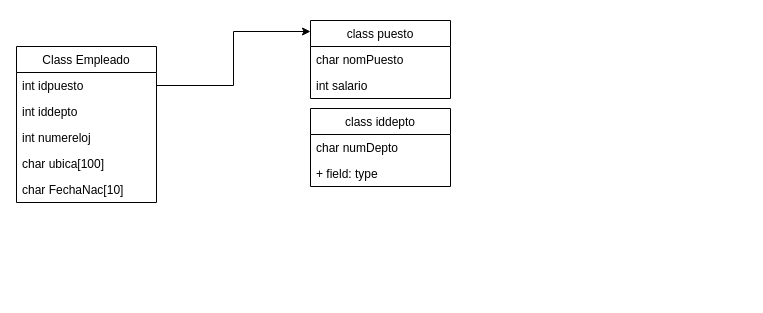
Above: Empleado.drawio in lSoyKevinl/DiagramasProgramacionOrientadaAObjetos (draw.io), before the change. Source tidied: cells renumbered, new cells numbered last; positions are measured from the earlier drawing's top-left corner, leaving out a move shared by most shapes. Both pictures are drawn from the tidied source at 100%, with x=0, y=0 at pixel (16, 20).
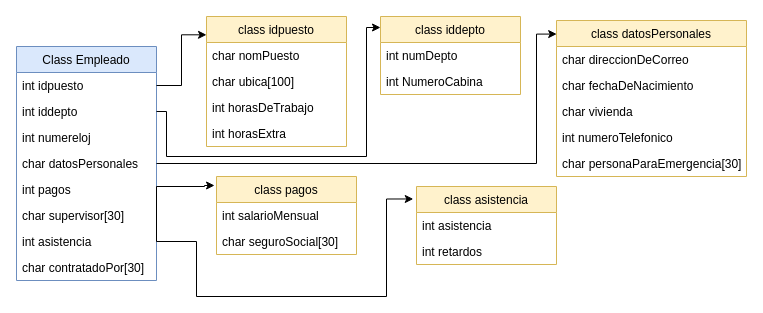
After the change.

The change refers to these unchanged cells:
```xml
<mxCell id="4" value="int iddepto" style="text;strokeColor=none;fillColor=none;align=left;verticalAlign=top;spacingLeft=4;spacingRight=4;overflow=hidden;points=[[0,0.5],[1,0.5]];portConstraint=eastwest;" parent="2" vertex="1">
  <mxGeometry y="52" width="140" height="26" as="geometry" />
</mxCell>
```

Diff of the diagram source:
```diff
@@
-    <mxCell id="2" value="Class Empleado" style="swimlane;fontStyle=0;horizontal=1;startSize=26;fillColor=none;" parent="1" vertex="1">
-      <mxGeometry y="26" width="140" height="156" as="geometry" />
+    <mxCell id="2" value="Class Empleado" style="swimlane;fontStyle=0;horizontal=1;startSize=26;fillColor=#dae8fc;strokeColor=#6c8ebf;" parent="1" vertex="1">
+      <mxGeometry y="26" width="140" height="234" as="geometry" />
     </mxCell>
@@
-    <mxCell id="6" value="char ubica[100]" style="text;strokeColor=none;fillColor=none;align=left;verticalAlign=top;spacingLeft=4;spacingRight=4;overflow=hidden;" parent="2" vertex="1">
-      <mxGeometry y="104" width="140" height="26" as="geometry" />
-    </mxCell>
-    <mxCell id="7" value="char FechaNac[10]" style="text;strokeColor=none;fillColor=none;align=left;verticalAlign=top;spacingLeft=4;spacingRight=4;overflow=hidden;points=[[0,0.5],[1,0.5]];portConstraint=eastwest;" parent="2" vertex="1">
-      <mxGeometry y="130" width="140" height="26" as="geometry" />
+    <mxCell id="7" value="char datosPersonales" style="text;strokeColor=none;fillColor=none;align=left;verticalAlign=top;spacingLeft=4;spacingRight=4;overflow=hidden;points=[[0,0.5],[1,0.5]];portConstraint=eastwest;" parent="2" vertex="1">
+      <mxGeometry y="104" width="140" height="26" as="geometry" />
     </mxCell>
+    <mxCell id="15" value="int pagos" style="text;strokeColor=none;fillColor=none;align=left;verticalAlign=top;spacingLeft=4;spacingRight=4;overflow=hidden;" parent="2" vertex="1">
+      <mxGeometry y="130" width="140" height="26" as="geometry" />
+    </mxCell>
+    <mxCell id="16" value="char supervisor[30]" style="text;strokeColor=none;fillColor=none;align=left;verticalAlign=top;spacingLeft=4;spacingRight=4;overflow=hidden;" parent="2" vertex="1">
+      <mxGeometry y="156" width="140" height="26" as="geometry" />
+    </mxCell>
+    <mxCell id="17" value="int asistencia" style="text;strokeColor=none;fillColor=none;align=left;verticalAlign=top;spacingLeft=4;spacingRight=4;overflow=hidden;points=[[0,0.5],[1,0.5]];portConstraint=eastwest;" parent="2" vertex="1">
+      <mxGeometry y="182" width="140" height="26" as="geometry" />
+    </mxCell>
+    <mxCell id="18" value="char contratadoPor[30]" style="text;strokeColor=none;fillColor=none;align=left;verticalAlign=top;spacingLeft=4;spacingRight=4;overflow=hidden;" parent="2" vertex="1">
+      <mxGeometry y="208" width="140" height="26" as="geometry" />
+    </mxCell>
-    <mxCell id="8" value="class puesto" style="swimlane;fontStyle=0;horizontal=1;startSize=26;fillColor=none;" parent="1" vertex="1">
-      <mxGeometry x="294" width="140" height="78" as="geometry" />
+    <mxCell id="8" value="class idpuesto" style="swimlane;fontStyle=0;horizontal=1;startSize=26;fillColor=#fff2cc;strokeColor=#d6b656;" parent="1" vertex="1">
+      <mxGeometry x="190" y="-4" width="140" height="130" as="geometry" />
     </mxCell>
@@
-    <mxCell id="10" value="int salario" style="text;strokeColor=none;fillColor=none;align=left;verticalAlign=top;spacingLeft=4;spacingRight=4;overflow=hidden;" parent="8" vertex="1">
-      <mxGeometry y="52" width="140" height="26" as="geometry" />
-    </mxCell>
+    <mxCell id="6" value="char ubica[100]" style="text;strokeColor=none;fillColor=none;align=left;verticalAlign=top;spacingLeft=4;spacingRight=4;overflow=hidden;" parent="8" vertex="1">
+      <mxGeometry y="52" width="140" height="26" as="geometry" />
+    </mxCell>
+    <mxCell id="19" value="int horasDeTrabajo" style="text;strokeColor=none;fillColor=none;align=left;verticalAlign=top;spacingLeft=4;spacingRight=4;overflow=hidden;" parent="8" vertex="1">
+      <mxGeometry y="78" width="140" height="26" as="geometry" />
+    </mxCell>
+    <mxCell id="20" value="int horasExtra" style="text;strokeColor=none;fillColor=none;align=left;verticalAlign=top;spacingLeft=4;spacingRight=4;overflow=hidden;" parent="8" vertex="1">
+      <mxGeometry y="104" width="140" height="26" as="geometry" />
+    </mxCell>
@@
-    <mxCell id="12" value="class iddepto" style="swimlane;fontStyle=0;horizontal=1;startSize=26;fillColor=none;" parent="1" vertex="1">
-      <mxGeometry x="294" y="88" width="140" height="78" as="geometry" />
+    <mxCell id="12" value="class iddepto" style="swimlane;fontStyle=0;horizontal=1;startSize=26;fillColor=#fff2cc;strokeColor=#d6b656;" parent="1" vertex="1">
+      <mxGeometry x="364" y="-4" width="140" height="78" as="geometry" />
     </mxCell>
-    <mxCell id="13" value="char numDepto" style="text;strokeColor=none;fillColor=none;align=left;verticalAlign=top;spacingLeft=4;spacingRight=4;overflow=hidden;" parent="12" vertex="1">
+    <mxCell id="13" value="int numDepto" style="text;strokeColor=none;fillColor=none;align=left;verticalAlign=top;spacingLeft=4;spacingRight=4;overflow=hidden;" parent="12" vertex="1">
       <mxGeometry y="26" width="140" height="26" as="geometry" />
     </mxCell>
-    <mxCell id="14" value="+ field: type" style="text;strokeColor=none;fillColor=none;align=left;verticalAlign=top;spacingLeft=4;spacingRight=4;overflow=hidden;" parent="12" vertex="1">
+    <mxCell id="14" value="int NumeroCabina" style="text;strokeColor=none;fillColor=none;align=left;verticalAlign=top;spacingLeft=4;spacingRight=4;overflow=hidden;" parent="12" vertex="1">
       <mxGeometry y="52" width="140" height="26" as="geometry" />
     </mxCell>
+    <mxCell id="21" style="edgeStyle=orthogonalEdgeStyle;rounded=0;jettySize=auto;html=1;entryX=0;entryY=0.141;entryDx=0;entryDy=0;entryPerimeter=0;" parent="1" edge="1" source="4" target="12">
+      <mxGeometry relative="1" as="geometry">
+        <Array as="points">
+          <mxPoint x="150" y="91" />
+          <mxPoint x="150" y="136" />
+          <mxPoint x="350" y="136" />
+          <mxPoint x="350" y="7" />
+        </Array>
+      </mxGeometry>
+    </mxCell>
+    <mxCell id="22" value="class datosPersonales" style="swimlane;fontStyle=0;horizontal=1;startSize=26;fillColor=#fff2cc;strokeColor=#d6b656;" parent="1" vertex="1">
+      <mxGeometry x="540" width="190" height="156" as="geometry" />
+    </mxCell>
+    <mxCell id="23" value="char direccionDeCorreo" style="text;strokeColor=none;fillColor=none;align=left;verticalAlign=top;spacingLeft=4;spacingRight=4;overflow=hidden;" parent="22" vertex="1">
+      <mxGeometry y="26" width="190" height="26" as="geometry" />
+    </mxCell>
+    <mxCell id="24" value="char fechaDeNacimiento" style="text;strokeColor=none;fillColor=none;align=left;verticalAlign=top;spacingLeft=4;spacingRight=4;overflow=hidden;" parent="22" vertex="1">
+      <mxGeometry y="52" width="190" height="26" as="geometry" />
+    </mxCell>
+    <mxCell id="25" value="char vivienda" style="text;strokeColor=none;fillColor=none;align=left;verticalAlign=top;spacingLeft=4;spacingRight=4;overflow=hidden;" parent="22" vertex="1">
+      <mxGeometry y="78" width="190" height="26" as="geometry" />
+    </mxCell>
+    <mxCell id="26" value="int numeroTelefonico" style="text;strokeColor=none;fillColor=none;align=left;verticalAlign=top;spacingLeft=4;spacingRight=4;overflow=hidden;" parent="22" vertex="1">
+      <mxGeometry y="104" width="190" height="26" as="geometry" />
+    </mxCell>
+    <mxCell id="27" value="char personaParaEmergencia[30]" style="text;strokeColor=none;fillColor=none;align=left;verticalAlign=top;spacingLeft=4;spacingRight=4;overflow=hidden;" parent="22" vertex="1">
+      <mxGeometry y="130" width="190" height="26" as="geometry" />
+    </mxCell>
+    <mxCell id="28" style="edgeStyle=orthogonalEdgeStyle;rounded=0;jettySize=auto;html=1;entryX=0.001;entryY=0.087;entryDx=0;entryDy=0;entryPerimeter=0;" parent="1" edge="1" source="7" target="22">
+      <mxGeometry relative="1" as="geometry">
+        <Array as="points">
+          <mxPoint x="520" y="143" />
+          <mxPoint x="520" y="14" />
+        </Array>
+      </mxGeometry>
+    </mxCell>
+    <mxCell id="29" value="class pagos" style="swimlane;fontStyle=0;horizontal=1;startSize=26;fillColor=#fff2cc;strokeColor=#d6b656;" parent="1" vertex="1">
+      <mxGeometry x="200" y="156" width="140" height="78" as="geometry" />
+    </mxCell>
+    <mxCell id="30" value="int salarioMensual" style="text;strokeColor=none;fillColor=none;align=left;verticalAlign=top;spacingLeft=4;spacingRight=4;overflow=hidden;" parent="29" vertex="1">
+      <mxGeometry y="26" width="140" height="26" as="geometry" />
+    </mxCell>
+    <mxCell id="31" value="char seguroSocial[30]" style="text;strokeColor=none;fillColor=none;align=left;verticalAlign=top;spacingLeft=4;spacingRight=4;overflow=hidden;" parent="29" vertex="1">
+      <mxGeometry y="52" width="140" height="26" as="geometry" />
+    </mxCell>
+    <mxCell id="32" style="edgeStyle=orthogonalEdgeStyle;rounded=0;jettySize=auto;html=1;entryX=-0.014;entryY=0.115;entryDx=0;entryDy=0;entryPerimeter=0;exitX=1;exitY=0.5;exitDx=0;exitDy=0;" parent="1" edge="1" target="29">
+      <mxGeometry relative="1" as="geometry">
+        <mxPoint x="140" y="221" as="sourcePoint" />
+        <Array as="points">
+          <mxPoint x="140" y="166" />
+          <mxPoint x="188" y="166" />
+          <mxPoint x="188" y="165" />
+        </Array>
+      </mxGeometry>
+    </mxCell>
+    <mxCell id="33" value="class asistencia" style="swimlane;fontStyle=0;horizontal=1;startSize=26;fillColor=#fff2cc;strokeColor=#d6b656;" parent="1" vertex="1">
+      <mxGeometry x="400" y="166" width="140" height="78" as="geometry" />
+    </mxCell>
+    <mxCell id="34" value="int asistencia" style="text;strokeColor=none;fillColor=none;align=left;verticalAlign=top;spacingLeft=4;spacingRight=4;overflow=hidden;" parent="33" vertex="1">
+      <mxGeometry y="26" width="140" height="26" as="geometry" />
+    </mxCell>
+    <mxCell id="35" value="int retardos" style="text;strokeColor=none;fillColor=none;align=left;verticalAlign=top;spacingLeft=4;spacingRight=4;overflow=hidden;" parent="33" vertex="1">
+      <mxGeometry y="52" width="140" height="26" as="geometry" />
+    </mxCell>
+    <mxCell id="36" style="edgeStyle=orthogonalEdgeStyle;rounded=0;jettySize=auto;html=1;entryX=-0.023;entryY=0.16;entryDx=0;entryDy=0;entryPerimeter=0;exitX=1;exitY=0.5;exitDx=0;exitDy=0;" parent="1" edge="1" source="17" target="33">
+      <mxGeometry relative="1" as="geometry">
+        <Array as="points">
+          <mxPoint x="180" y="221" />
+          <mxPoint x="180" y="276" />
+          <mxPoint x="370" y="276" />
+          <mxPoint x="370" y="179" />
+        </Array>
+      </mxGeometry>
+    </mxCell>
```
